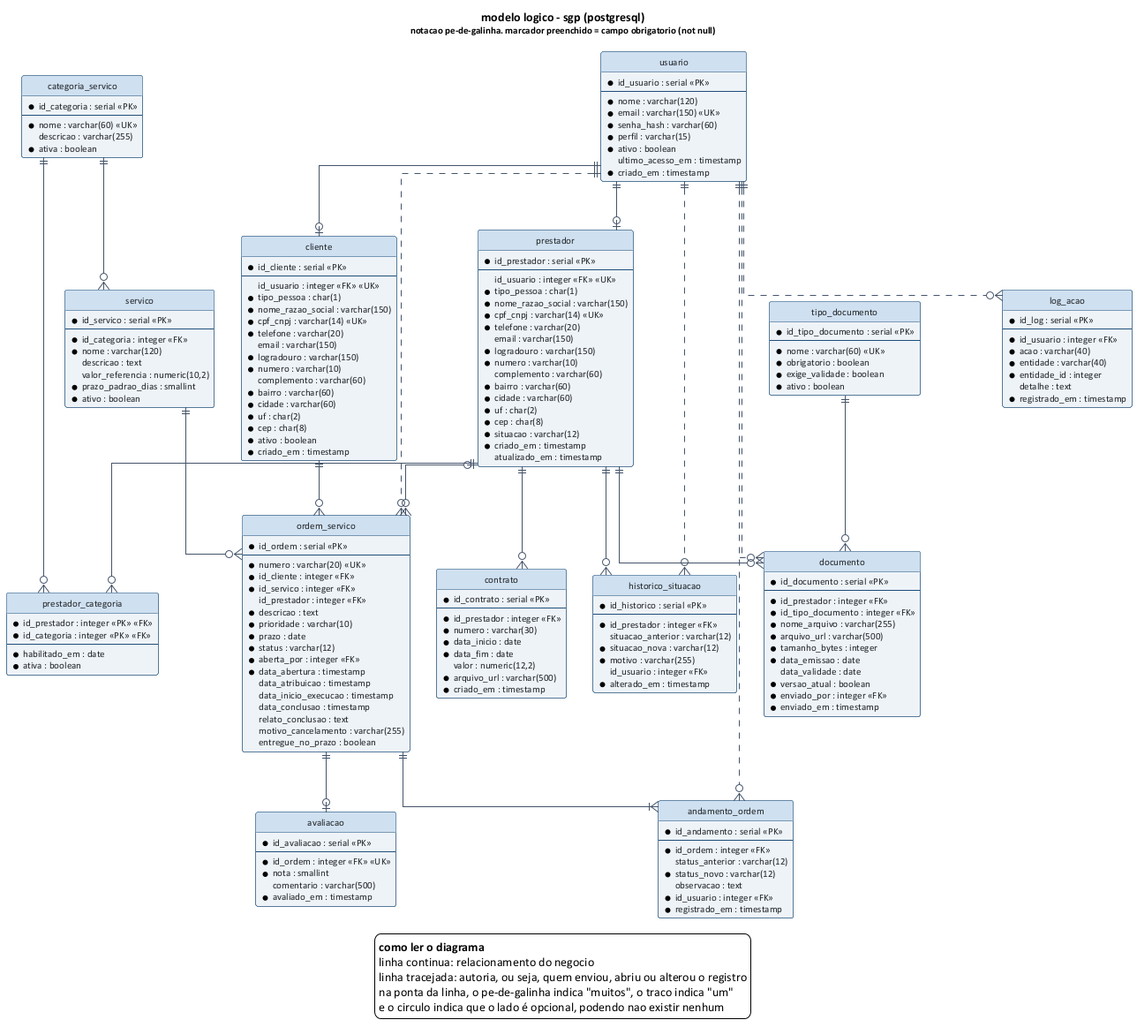
This is diagramas/modelo-logico.png from igorschiniegoski/Atividade-Sabine, a PlantUML export, as it was before one commit. The source it was exported from:
```plantuml
@startuml modelo-logico
!include _estilo.puml
skinparam ranksep 55
skinparam nodesep 30
skinparam linetype ortho
hide circle

title modelo logico - sgp (postgresql)\n<size:11>notacao pe-de-galinha. marcador preenchido = campo obrigatorio (not null)</size>

entity "usuario" as usuario {
  *id_usuario : serial <<PK>>
  --
  *nome : varchar(120)
  *email : varchar(150) <<UK>>
  *senha_hash : varchar(60)
  *perfil : varchar(15)
  *ativo : boolean
  ultimo_acesso_em : timestamp
  *criado_em : timestamp
}

entity "prestador" as prestador {
  *id_prestador : serial <<PK>>
  --
  id_usuario : integer <<FK>> <<UK>>
  *tipo_pessoa : char(1)
  *nome_razao_social : varchar(150)
  *cpf_cnpj : varchar(14) <<UK>>
  *telefone : varchar(20)
  email : varchar(150)
  *logradouro : varchar(150)
  *numero : varchar(10)
  complemento : varchar(60)
  *bairro : varchar(60)
  *cidade : varchar(60)
  *uf : char(2)
  *cep : char(8)
  *situacao : varchar(12)
  *criado_em : timestamp
  atualizado_em : timestamp
}

entity "cliente" as cliente {
  *id_cliente : serial <<PK>>
  --
  id_usuario : integer <<FK>> <<UK>>
  *tipo_pessoa : char(1)
  *nome_razao_social : varchar(150)
  *cpf_cnpj : varchar(14) <<UK>>
  *telefone : varchar(20)
  email : varchar(150)
  *logradouro : varchar(150)
  *numero : varchar(10)
  complemento : varchar(60)
  *bairro : varchar(60)
  *cidade : varchar(60)
  *uf : char(2)
  *cep : char(8)
  *ativo : boolean
  *criado_em : timestamp
}

entity "categoria_servico" as categoria {
  *id_categoria : serial <<PK>>
  --
  *nome : varchar(60) <<UK>>
  descricao : varchar(255)
  *ativa : boolean
}

entity "servico" as servico {
  *id_servico : serial <<PK>>
  --
  *id_categoria : integer <<FK>>
  *nome : varchar(120)
  descricao : text
  valor_referencia : numeric(10,2)
  *prazo_padrao_dias : smallint
  *ativo : boolean
}

entity "prestador_categoria" as prestcat {
  *id_prestador : integer <<PK>> <<FK>>
  *id_categoria : integer <<PK>> <<FK>>
  --
  *habilitado_em : date
  *ativa : boolean
}

entity "tipo_documento" as tipodoc {
  *id_tipo_documento : serial <<PK>>
  --
  *nome : varchar(60) <<UK>>
  *obrigatorio : boolean
  *exige_validade : boolean
  *ativo : boolean
}

entity "documento" as documento {
  *id_documento : serial <<PK>>
  --
  *id_prestador : integer <<FK>>
  *id_tipo_documento : integer <<FK>>
  *nome_arquivo : varchar(255)
  *arquivo_url : varchar(500)
  *tamanho_bytes : integer
  *data_emissao : date
  data_validade : date
  *versao_atual : boolean
  *enviado_por : integer <<FK>>
  *enviado_em : timestamp
}

entity "contrato" as contrato {
  *id_contrato : serial <<PK>>
  --
  *id_prestador : integer <<FK>>
  *numero : varchar(30)
  *data_inicio : date
  *data_fim : date
  valor : numeric(12,2)
  *arquivo_url : varchar(500)
  *criado_em : timestamp
}

entity "historico_situacao" as hsit {
  *id_historico : serial <<PK>>
  --
  *id_prestador : integer <<FK>>
  situacao_anterior : varchar(12)
  *situacao_nova : varchar(12)
  *motivo : varchar(255)
  id_usuario : integer <<FK>>
  *alterado_em : timestamp
}

entity "ordem_servico" as ordem {
  *id_ordem : serial <<PK>>
  --
  *numero : varchar(20) <<UK>>
  *id_cliente : integer <<FK>>
  *id_servico : integer <<FK>>
  id_prestador : integer <<FK>>
  *descricao : text
  *prioridade : varchar(10)
  *prazo : date
  *status : varchar(12)
  *aberta_por : integer <<FK>>
  *data_abertura : timestamp
  data_atribuicao : timestamp
  data_inicio_execucao : timestamp
  data_conclusao : timestamp
  relato_conclusao : text
  motivo_cancelamento : varchar(255)
  entregue_no_prazo : boolean
}

entity "andamento_ordem" as andamento {
  *id_andamento : serial <<PK>>
  --
  *id_ordem : integer <<FK>>
  status_anterior : varchar(12)
  *status_novo : varchar(12)
  observacao : text
  *id_usuario : integer <<FK>>
  *registrado_em : timestamp
}

entity "avaliacao" as avaliacao {
  *id_avaliacao : serial <<PK>>
  --
  *id_ordem : integer <<FK>> <<UK>>
  *nota : smallint
  comentario : varchar(500)
  *avaliado_em : timestamp
}

entity "log_acao" as log {
  *id_log : serial <<PK>>
  --
  *id_usuario : integer <<FK>>
  *acao : varchar(40)
  *entidade : varchar(40)
  *entidade_id : integer
  detalhe : text
  *registrado_em : timestamp
}

usuario ||--o| prestador
usuario ||--o| cliente
prestador ||--o{ prestcat
categoria ||--o{ prestcat
categoria ||--o{ servico
prestador ||--o{ documento
tipodoc ||--o{ documento
prestador ||--o{ contrato
prestador ||--o{ hsit
cliente ||--o{ ordem
servico ||--o{ ordem
prestador |o--o{ ordem
ordem ||--|{ andamento
ordem ||--o| avaliacao

usuario ||..o{ documento
usuario ||..o{ hsit
usuario ||..o{ ordem
usuario ||..o{ andamento
usuario ||..o{ log

legend bottom
  <b>como ler o diagrama</b>
  linha continua: relacionamento do negocio
  linha tracejada: autoria, ou seja, quem enviou, abriu ou alterou o registro
  na ponta da linha, o pe-de-galinha indica "muitos", o traco indica "um"
  e o circulo indica que o lado é opcional, podendo nao existir nenhum
endlegend

@enduml
```
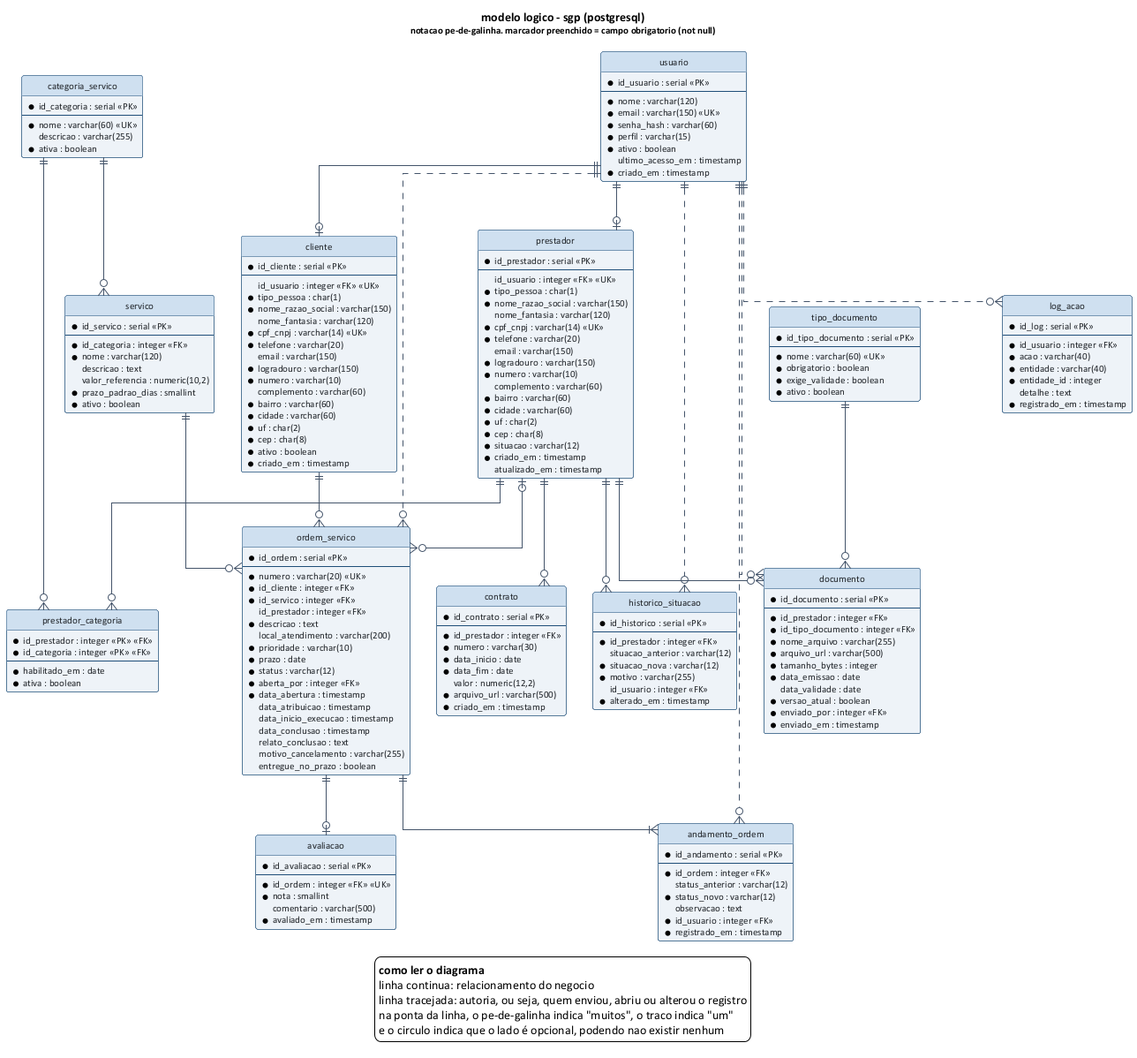
Above is the later version.

Diff of the diagram source:
```diff
@@ -25,6 +25,7 @@
   id_usuario : integer <<FK>> <<UK>>
   *tipo_pessoa : char(1)
   *nome_razao_social : varchar(150)
+  nome_fantasia : varchar(120)
   *cpf_cnpj : varchar(14) <<UK>>
   *telefone : varchar(20)
   email : varchar(150)
@@ -46,6 +47,7 @@
   id_usuario : integer <<FK>> <<UK>>
   *tipo_pessoa : char(1)
   *nome_razao_social : varchar(150)
+  nome_fantasia : varchar(120)
   *cpf_cnpj : varchar(14) <<UK>>
   *telefone : varchar(20)
   email : varchar(150)
@@ -142,6 +144,7 @@
   *id_servico : integer <<FK>>
   id_prestador : integer <<FK>>
   *descricao : text
+  local_atendimento : varchar(200)
   *prioridade : varchar(10)
   *prazo : date
   *status : varchar(12)
```
